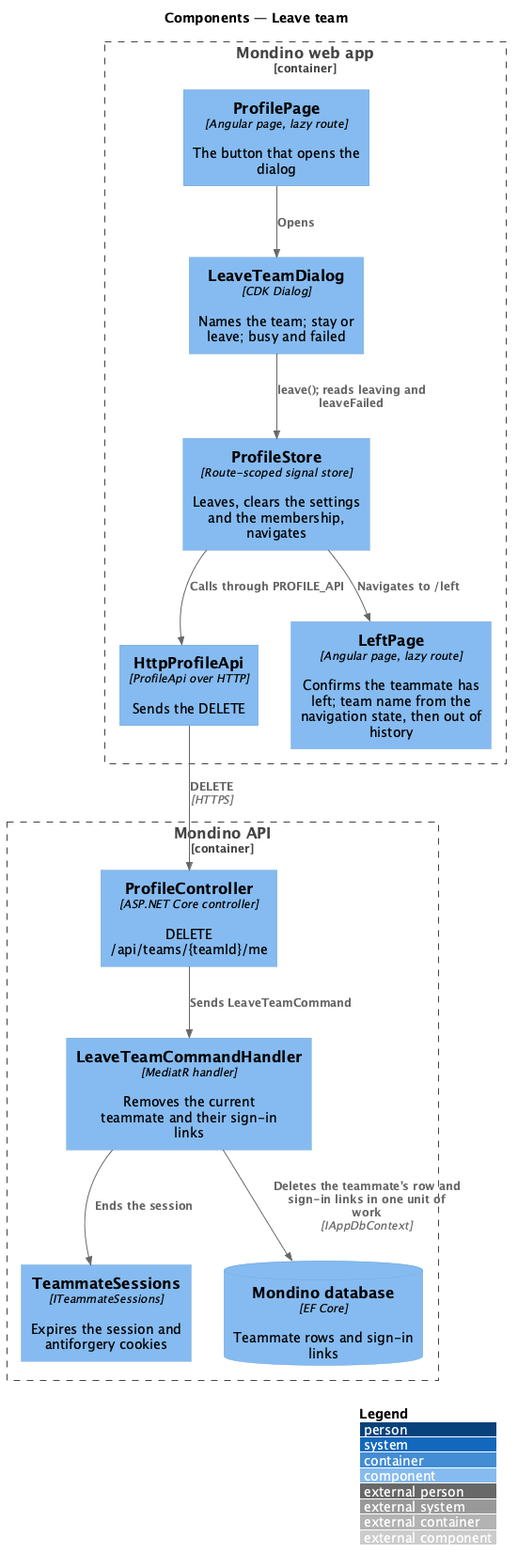
The PlantUML diagram docs/detailed-designs/profile/leave-team/diagrams/c4-component.png in QuinntyneBrown/Mondino, before a commit.
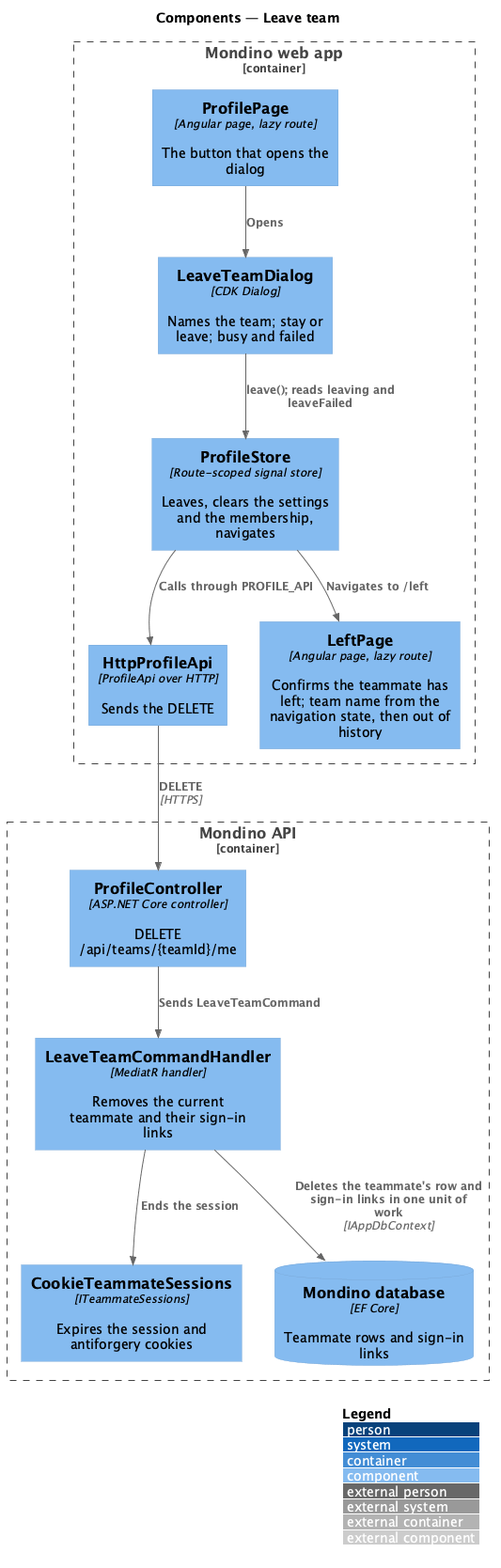
Later version of the same file.

What changed in the source:
```diff
@@ -13,7 +13,7 @@
 Container_Boundary(api, "Mondino API") {
   Component(ctrl, "ProfileController", "ASP.NET Core controller", "DELETE /api/teams/{teamId}/me")
   Component(handler, "LeaveTeamCommandHandler", "MediatR handler", "Removes the current teammate and their sign-in links")
-  Component(sessions, "TeammateSessions", "ITeammateSessions", "Expires the session and antiforgery cookies")
+  Component(sessions, "CookieTeammateSessions", "ITeammateSessions", "Expires the session and antiforgery cookies")
   ComponentDb(db, "Mondino database", "EF Core", "Teammate rows and sign-in links")
 }
 
```
